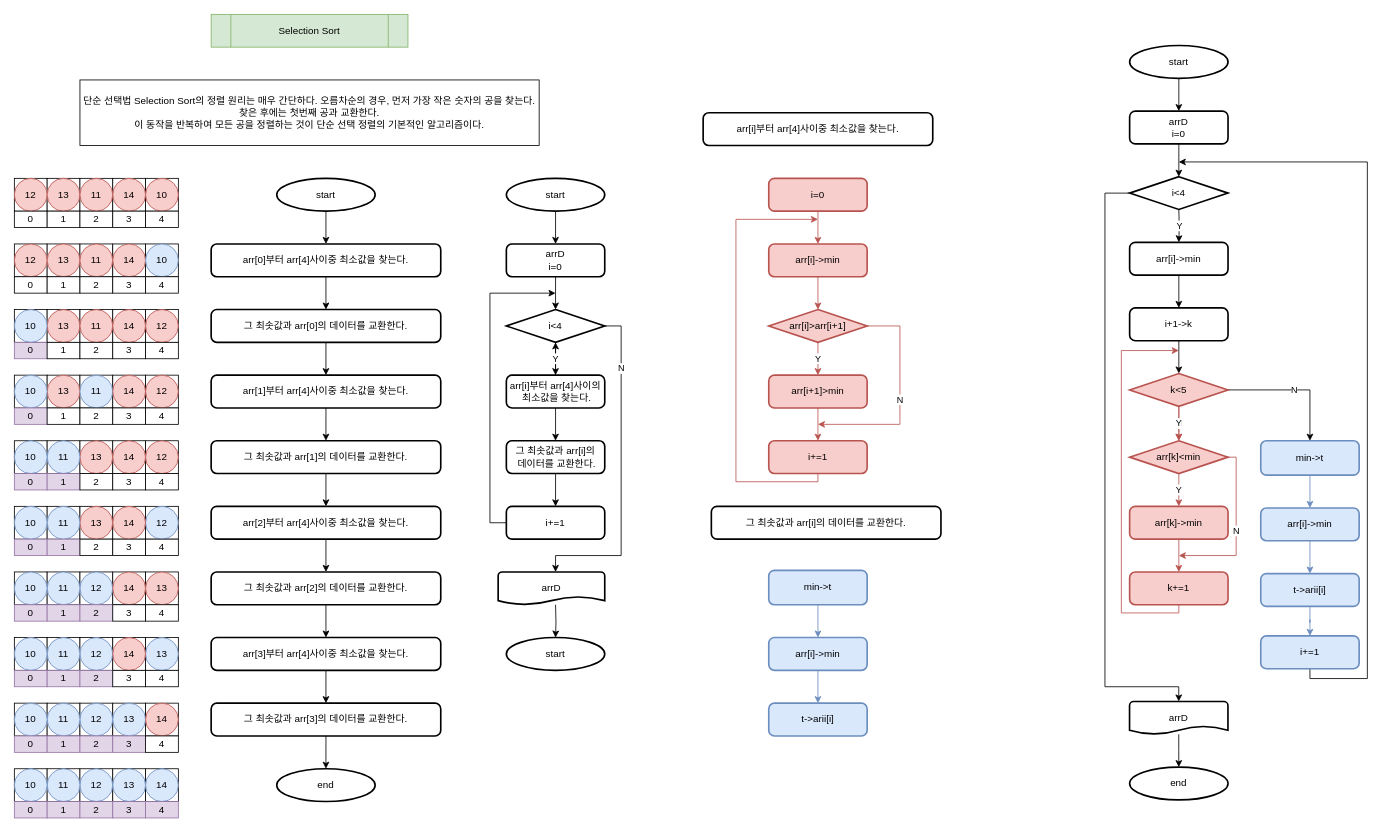
This is selectionSort.drawio from Mockingbirs/algorithm, a draw.io file, before an edit. Source tidied: cells renumbered, new cells numbered last; positions are measured from the earlier drawing's top-left corner, leaving out a move shared by most shapes. Both pictures are drawn from the tidied source at 82%, with x=0, y=0 at pixel (14, 14).
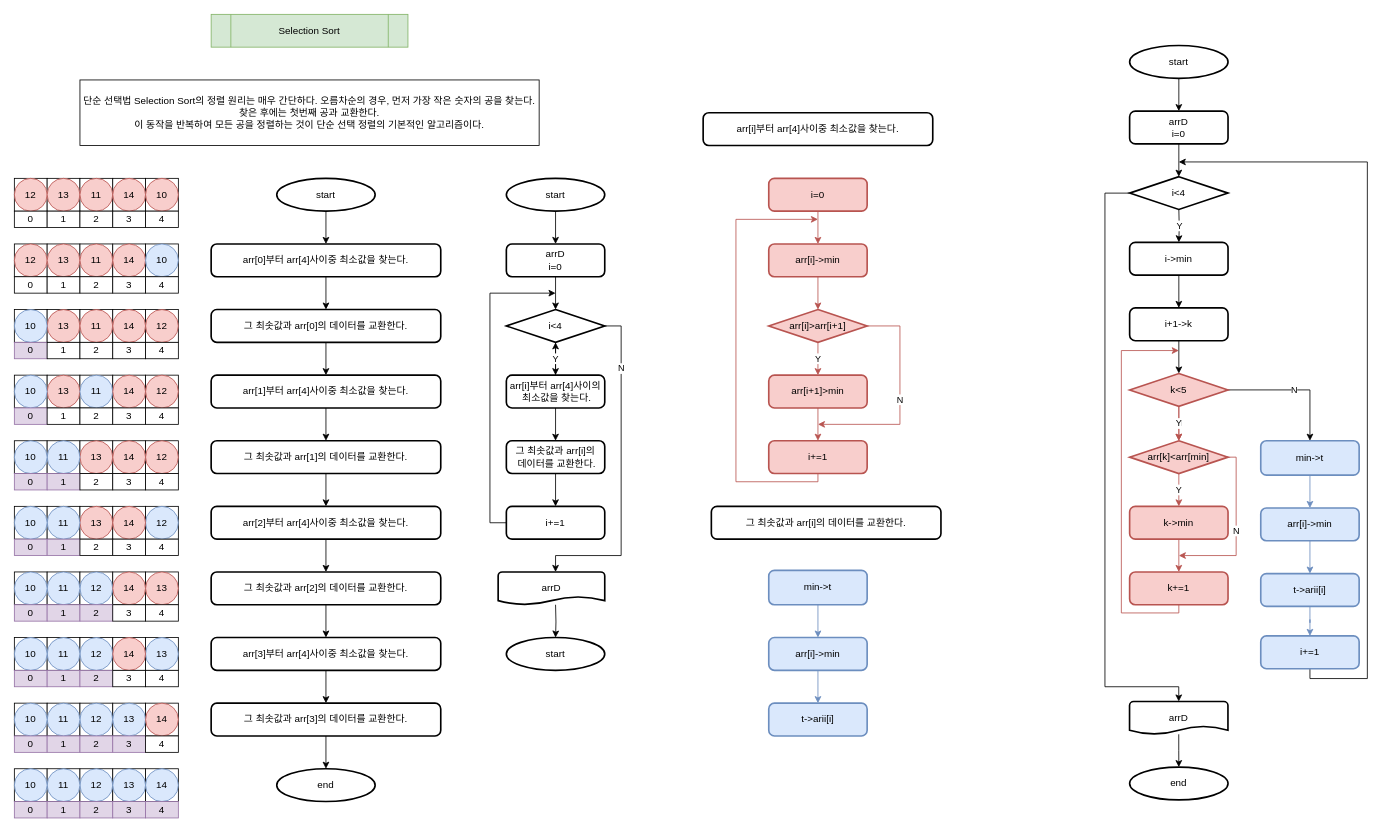
After the change.

Diff of the diagram source:
```diff
@@
-    <mxCell id="209" value="arr[i]-&amp;gt;min" style="rounded=1;whiteSpace=wrap;html=1;absoluteArcSize=1;arcSize=14;strokeWidth=2;" parent="1" vertex="1">
+    <mxCell id="209" value="i-&amp;gt;min" style="rounded=1;whiteSpace=wrap;html=1;absoluteArcSize=1;arcSize=14;strokeWidth=2;" parent="1" vertex="1">
       <mxGeometry x="1360.1" y="278" width="120" height="40" as="geometry" />
     </mxCell>
@@
-    <mxCell id="212" value="arr[k]&amp;lt;min" style="strokeWidth=2;html=1;shape=mxgraph.flowchart.decision;whiteSpace=wrap;fillColor=#f8cecc;strokeColor=#b85450;" parent="1" vertex="1">
+    <mxCell id="212" value="arr[k]&amp;lt;arr[min]" style="strokeWidth=2;html=1;shape=mxgraph.flowchart.decision;whiteSpace=wrap;fillColor=#f8cecc;strokeColor=#b85450;" parent="1" vertex="1">
       <mxGeometry x="1360.1" y="520" width="120" height="40" as="geometry" />
     </mxCell>
@@
-    <mxCell id="214" value="arr[k]-&amp;gt;min" style="rounded=1;whiteSpace=wrap;html=1;absoluteArcSize=1;arcSize=14;strokeWidth=2;fillColor=#f8cecc;strokeColor=#b85450;" parent="1" vertex="1">
+    <mxCell id="214" value="k-&amp;gt;min" style="rounded=1;whiteSpace=wrap;html=1;absoluteArcSize=1;arcSize=14;strokeWidth=2;fillColor=#f8cecc;strokeColor=#b85450;" parent="1" vertex="1">
       <mxGeometry x="1360.1" y="600" width="120" height="40" as="geometry" />
     </mxCell>
```
